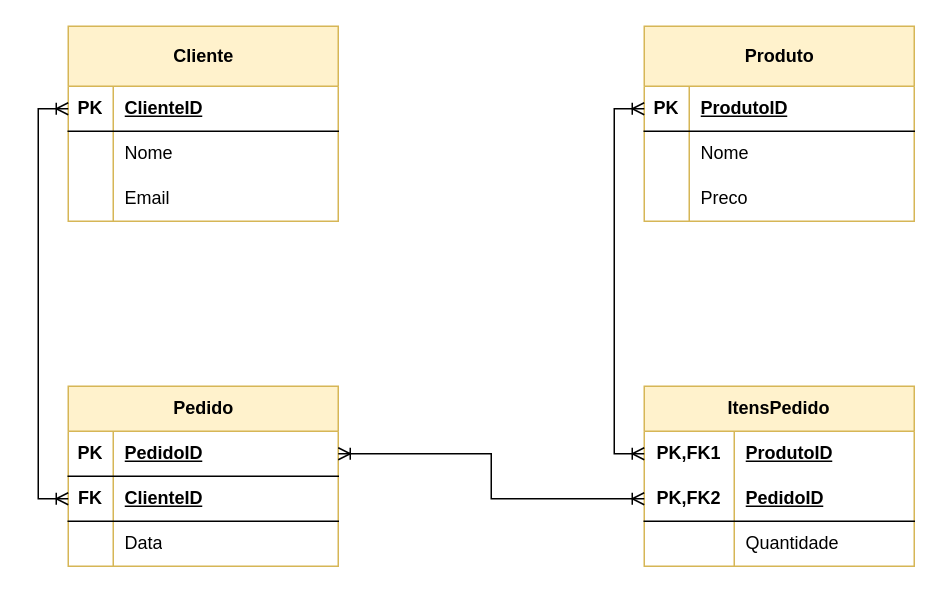
This is aulas/04/modelo_logico_compras.drawio from walterhml/Banco-De-Dados-Senac, a draw.io file, before an edit. Source tidied: cells renumbered, new cells numbered last; positions are measured from the earlier drawing's top-left corner, leaving out a move shared by most shapes. Both pictures are drawn from the tidied source at 150%, with x=0, y=0 at pixel (68, 26).
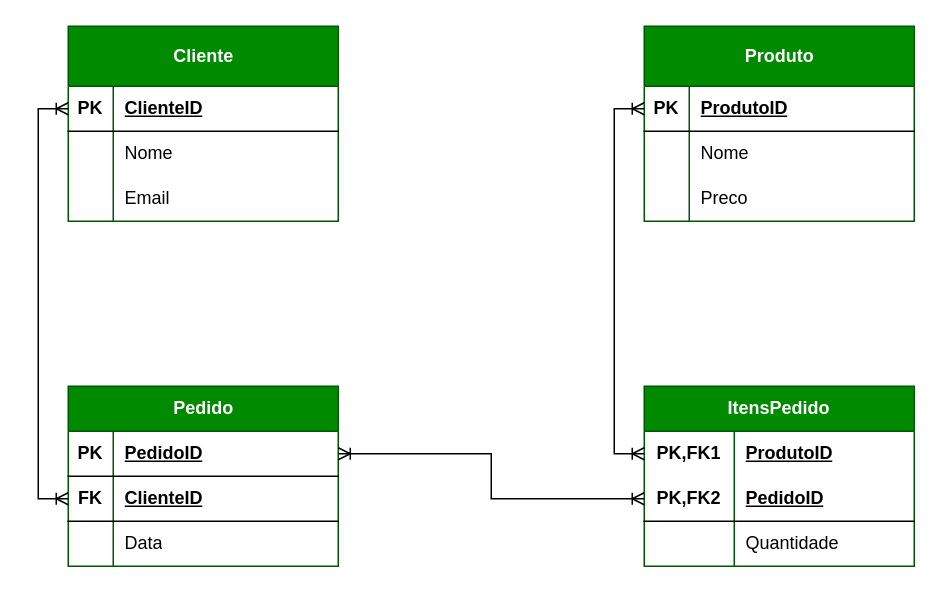
After the change.

Commit message (it also covers changes not shown here):
modelos logico e conceitual junto com atividade feita

The edit, as a diff of the source:
```diff
@@
-    <mxCell id="2" value="Cliente" style="shape=table;startSize=40;childLayout=tableLayout;rowLines=0;fontStyle=1;align=center;html=1;fillColor=#fff2cc;strokeColor=#d6b656;" parent="1" vertex="1">
+    <mxCell id="2" value="Cliente" style="shape=table;startSize=40;childLayout=tableLayout;rowLines=0;fontStyle=1;align=center;html=1;fillColor=#008a00;strokeColor=#005700;fontColor=#ffffff;" parent="1" vertex="1">
       <mxGeometry width="180" height="130" as="geometry" />
     </mxCell>
@@
-    <mxCell id="12" value="Produto" style="shape=table;startSize=40;childLayout=tableLayout;rowLines=0;fontStyle=1;align=center;html=1;fillColor=#fff2cc;strokeColor=#d6b656;" parent="1" vertex="1">
+    <mxCell id="12" value="Produto" style="shape=table;startSize=40;childLayout=tableLayout;rowLines=0;fontStyle=1;align=center;html=1;fillColor=#008a00;strokeColor=#005700;fontColor=#ffffff;" parent="1" vertex="1">
       <mxGeometry x="384" width="180" height="130" as="geometry" />
     </mxCell>
@@
-    <mxCell id="22" value="Pedido" style="shape=table;startSize=30;childLayout=tableLayout;rowLines=0;fontStyle=1;align=center;html=1;fillColor=#fff2cc;strokeColor=#d6b656;" parent="1" vertex="1">
+    <mxCell id="22" value="Pedido" style="shape=table;startSize=30;childLayout=tableLayout;rowLines=0;fontStyle=1;align=center;html=1;fillColor=#008a00;strokeColor=#005700;fontColor=#ffffff;" parent="1" vertex="1">
       <mxGeometry y="240" width="180" height="120" as="geometry" />
     </mxCell>
@@
-    <mxCell id="32" value="ItensPedido" style="shape=table;startSize=30;childLayout=tableLayout;rowLines=0;fontStyle=1;align=center;html=1;whiteSpace=wrap;fillColor=#fff2cc;strokeColor=#d6b656;" parent="1" vertex="1">
+    <mxCell id="32" value="ItensPedido" style="shape=table;startSize=30;childLayout=tableLayout;rowLines=0;fontStyle=1;align=center;html=1;whiteSpace=wrap;fillColor=#008a00;strokeColor=#005700;fontColor=#ffffff;" parent="1" vertex="1">
       <mxGeometry x="384" y="240" width="180" height="120" as="geometry" />
     </mxCell>
```
